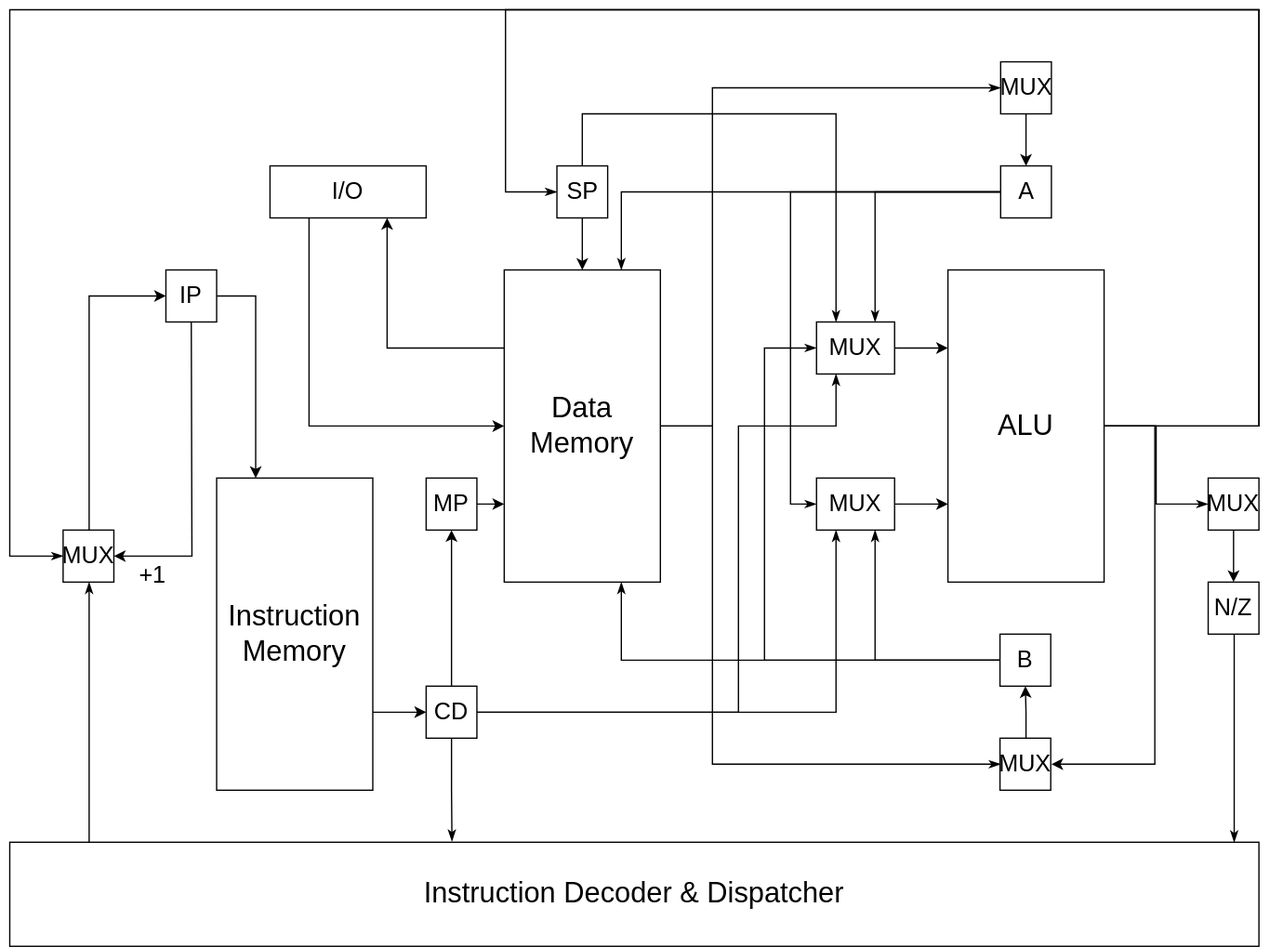
The draw.io diagram docs/processor-model.drawio.svg in niqzart/carp-lang, before a commit. Source tidied: cells renumbered, new cells last; positions are measured from the earlier drawing's top-left corner, leaving out a move shared by most shapes.
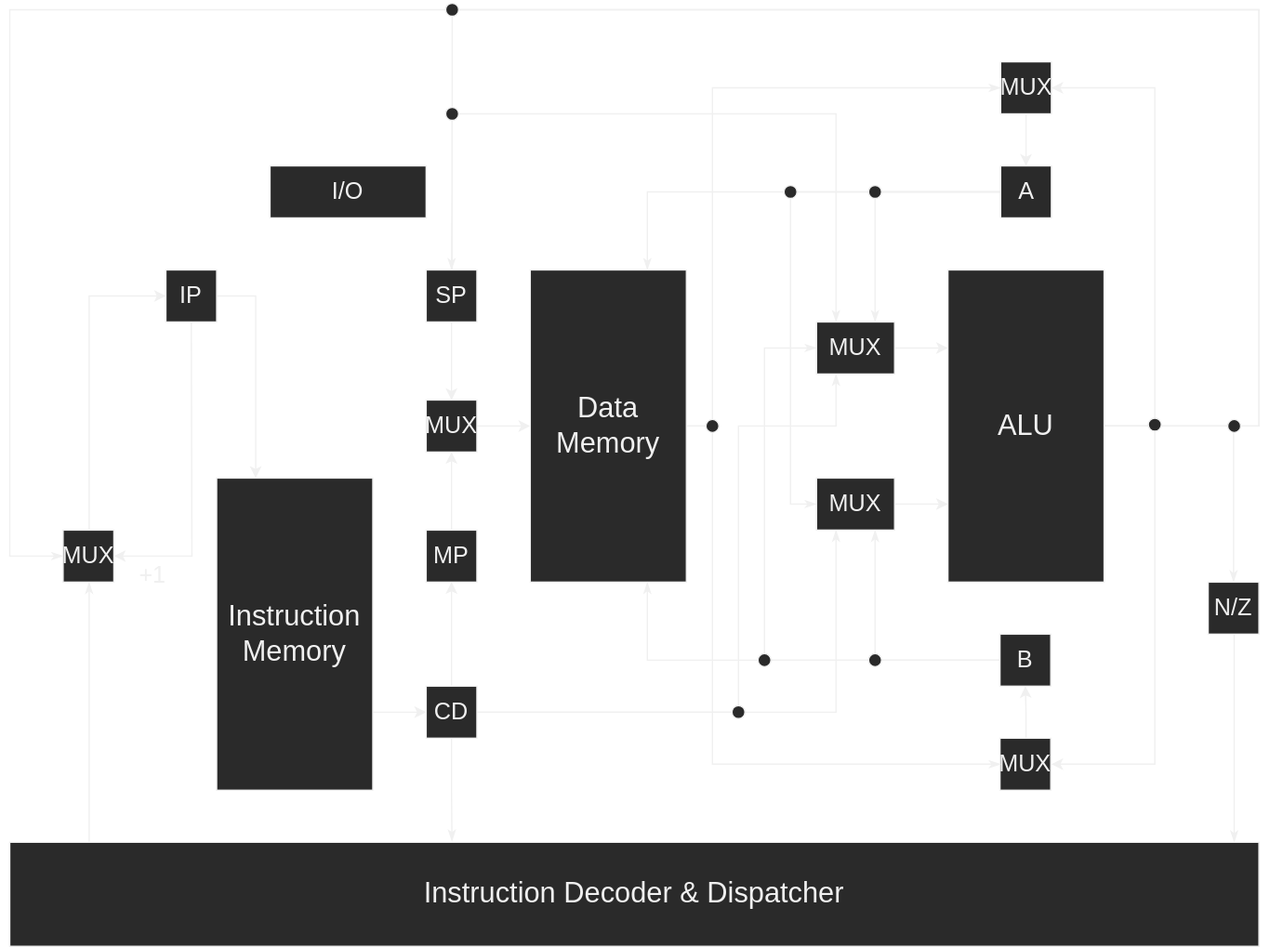
After the commit.

The edit, as a diff of the source:
```diff
@@ -2,16 +2,28 @@
   <root>
     <mxCell id="0" />
     <mxCell id="1" parent="0" />
+    <mxCell id="53" style="edgeStyle=elbowEdgeStyle;rounded=0;jettySize=auto;html=1;exitX=1;exitY=0.5;exitDx=0;exitDy=0;entryX=1;entryY=0.5;entryDx=0;entryDy=0;" parent="1" edge="1" source="5" target="16">
+      <mxGeometry relative="1" as="geometry">
+        <Array as="points">
+          <mxPoint x="880" y="190" />
+          <mxPoint x="891" y="450" />
+        </Array>
+      </mxGeometry>
+    </mxCell>
-    <mxCell id="2" style="edgeStyle=orthogonalEdgeStyle;rounded=0;jettySize=auto;html=1;entryX=0;entryY=0.5;entryDx=0;entryDy=0;startArrow=none;startFill=0;endArrow=classicThin;endFill=1;" parent="1" edge="1" source="5" target="52">
-      <mxGeometry relative="1" as="geometry" />
+    <mxCell id="2" style="edgeStyle=orthogonalEdgeStyle;rounded=0;jettySize=auto;html=1;entryX=0.5;entryY=0;entryDx=0;entryDy=0;startArrow=none;startFill=0;endArrow=classicThin;endFill=1;" parent="1" edge="1" source="5" target="49">
+      <mxGeometry relative="1" as="geometry">
+        <Array as="points">
+          <mxPoint x="941" y="320" />
+        </Array>
+      </mxGeometry>
     </mxCell>
-    <mxCell id="3" style="edgeStyle=orthogonalEdgeStyle;rounded=0;jettySize=auto;html=1;startArrow=none;startFill=0;endArrow=classicThin;endFill=1;exitX=1;exitY=0.5;exitDx=0;exitDy=0;entryX=0;entryY=0.5;entryDx=0;entryDy=0;" parent="1" edge="1" source="5" target="23">
+    <mxCell id="3" style="edgeStyle=orthogonalEdgeStyle;rounded=0;jettySize=auto;html=1;startArrow=none;startFill=0;endArrow=classicThin;endFill=1;exitX=1;exitY=0.5;exitDx=0;exitDy=0;entryX=0.5;entryY=0;entryDx=0;entryDy=0;" parent="1" edge="1" source="5" target="23">
       <mxGeometry relative="1" as="geometry">
         <Array as="points">
           <mxPoint x="960" y="320" />
           <mxPoint x="960" />
-          <mxPoint x="381" />
-          <mxPoint x="381" y="140" />
+          <mxPoint x="340" />
+          <mxPoint x="340" y="140" />
         </Array>
       </mxGeometry>
     </mxCell>
@@ -99,12 +111,13 @@
     <mxCell id="20" value="IP" style="rounded=0;whiteSpace=wrap;html=1;fontSize=18;" parent="1" vertex="1">
       <mxGeometry x="120" y="200" width="39" height="40" as="geometry" />
     </mxCell>
-    <mxCell id="21" style="edgeStyle=orthogonalEdgeStyle;rounded=0;jettySize=auto;html=1;entryX=0.5;entryY=0;entryDx=0;entryDy=0;" parent="1" edge="1" source="23" target="26">
+    <mxCell id="21" style="edgeStyle=orthogonalEdgeStyle;rounded=0;jettySize=auto;html=1;entryX=0.5;entryY=0;entryDx=0;entryDy=0;" parent="1" edge="1" source="23" target="52">
       <mxGeometry relative="1" as="geometry" />
     </mxCell>
     <mxCell id="22" style="edgeStyle=elbowEdgeStyle;rounded=0;jettySize=auto;html=1;startArrow=none;startFill=0;endArrow=classicThin;endFill=1;entryX=0.25;entryY=0;entryDx=0;entryDy=0;" parent="1" edge="1" source="23" target="35">
       <mxGeometry relative="1" as="geometry">
         <Array as="points">
+          <mxPoint x="340" y="80" />
           <mxPoint x="510" y="80" />
           <mxPoint x="540" y="100" />
           <mxPoint x="480" y="80" />
@@ -112,7 +125,7 @@
       </mxGeometry>
     </mxCell>
     <mxCell id="23" value="SP" style="rounded=0;whiteSpace=wrap;html=1;fontSize=18;" parent="1" vertex="1">
-      <mxGeometry x="420.5" y="120" width="39" height="40" as="geometry" />
+      <mxGeometry x="320" y="200" width="39" height="40" as="geometry" />
     </mxCell>
     <mxCell id="24" style="edgeStyle=elbowEdgeStyle;rounded=0;jettySize=auto;html=1;entryX=0;entryY=0.5;entryDx=0;entryDy=0;startArrow=none;startFill=0;endArrow=classicThin;endFill=1;" parent="1" edge="1" source="26" target="16">
       <mxGeometry relative="1" as="geometry">
@@ -136,13 +149,13 @@
       </mxGeometry>
     </mxCell>
     <mxCell id="26" value="Data Memory" style="rounded=0;whiteSpace=wrap;html=1;fontSize=22;" parent="1" vertex="1">
-      <mxGeometry x="380" y="200" width="120" height="240" as="geometry" />
+      <mxGeometry x="400" y="200" width="120" height="240" as="geometry" />
     </mxCell>
-    <mxCell id="27" style="edgeStyle=orthogonalEdgeStyle;rounded=0;jettySize=auto;html=1;entryX=0;entryY=0.75;entryDx=0;entryDy=0;" parent="1" edge="1" source="28" target="26">
+    <mxCell id="27" style="edgeStyle=orthogonalEdgeStyle;rounded=0;jettySize=auto;html=1;entryX=0.5;entryY=1;entryDx=0;entryDy=0;" parent="1" edge="1" source="28" target="52">
       <mxGeometry relative="1" as="geometry" />
     </mxCell>
     <mxCell id="28" value="MP" style="rounded=0;whiteSpace=wrap;html=1;fontSize=18;" parent="1" vertex="1">
-      <mxGeometry x="320" y="360" width="39" height="40" as="geometry" />
+      <mxGeometry x="320" y="400" width="39" height="40" as="geometry" />
     </mxCell>
     <mxCell id="29" style="edgeStyle=orthogonalEdgeStyle;rounded=0;jettySize=auto;html=1;entryX=0.5;entryY=1;entryDx=0;entryDy=0;" parent="1" edge="1" source="33" target="28">
       <mxGeometry relative="1" as="geometry" />
@@ -211,12 +224,6 @@
     <mxCell id="44" value="Instruction Decoder &amp;amp; Dispatcher" style="rounded=0;whiteSpace=wrap;html=1;fontSize=22;" parent="1" vertex="1">
       <mxGeometry y="640" width="960" height="80" as="geometry" />
     </mxCell>
-    <mxCell id="45" style="edgeStyle=orthogonalEdgeStyle;rounded=0;jettySize=auto;html=1;exitX=0.25;exitY=1;exitDx=0;exitDy=0;entryX=0;entryY=0.5;entryDx=0;entryDy=0;" parent="1" edge="1" source="47" target="26">
-      <mxGeometry relative="1" as="geometry" />
-    </mxCell>
-    <mxCell id="46" style="edgeStyle=orthogonalEdgeStyle;rounded=0;jettySize=auto;html=1;exitX=0.75;exitY=1;exitDx=0;exitDy=0;startArrow=classic;startFill=1;endArrow=none;endFill=0;entryX=0;entryY=0.25;entryDx=0;entryDy=0;" parent="1" edge="1" source="47" target="26">
-      <mxGeometry relative="1" as="geometry" />
-    </mxCell>
     <mxCell id="47" value="I/O" style="rounded=0;whiteSpace=wrap;html=1;fontSize=18;" parent="1" vertex="1">
       <mxGeometry x="200" y="120" width="120" height="40" as="geometry" />
     </mxCell>
@@ -229,11 +236,41 @@
     <mxCell id="50" style="edgeStyle=orthogonalEdgeStyle;rounded=0;jettySize=auto;html=1;entryX=0.75;entryY=1;entryDx=0;entryDy=0;startArrow=none;startFill=0;endArrow=classicThin;endFill=1;exitX=0;exitY=0.5;exitDx=0;exitDy=0;" parent="1" edge="1" source="12" target="26">
       <mxGeometry relative="1" as="geometry" />
     </mxCell>
-    <mxCell id="51" style="edgeStyle=orthogonalEdgeStyle;rounded=0;jettySize=auto;html=1;entryX=0.5;entryY=0;entryDx=0;entryDy=0;" parent="1" edge="1" source="52" target="49">
-      <mxGeometry relative="1" as="geometry" />
-    </mxCell>
+    <mxCell id="54" style="edgeStyle=orthogonalEdgeStyle;rounded=0;jettySize=auto;html=1;entryX=0;entryY=0.5;entryDx=0;entryDy=0;" parent="1" edge="1" source="52" target="26">
+      <mxGeometry relative="1" as="geometry" />
+    </mxCell>
     <mxCell id="52" value="MUX" style="rounded=0;whiteSpace=wrap;html=1;fontSize=18;" parent="1" vertex="1">
-      <mxGeometry x="921" y="360" width="39" height="40" as="geometry" />
+      <mxGeometry x="320" y="300" width="39" height="40" as="geometry" />
     </mxCell>
+    <mxCell id="55" style="ellipse;whiteSpace=wrap;html=1;" parent="1" vertex="1">
+      <mxGeometry x="555" y="535" width="10" height="10" as="geometry" />
+    </mxCell>
+    <mxCell id="56" style="ellipse;whiteSpace=wrap;html=1;" parent="1" vertex="1">
+      <mxGeometry x="575" y="495" width="10" height="10" as="geometry" />
+    </mxCell>
+    <mxCell id="57" style="ellipse;whiteSpace=wrap;html=1;" parent="1" vertex="1">
+      <mxGeometry x="660" y="495" width="10" height="10" as="geometry" />
+    </mxCell>
+    <mxCell id="58" style="ellipse;whiteSpace=wrap;html=1;" parent="1" vertex="1">
+      <mxGeometry x="936" y="315" width="10" height="10" as="geometry" />
+    </mxCell>
+    <mxCell id="59" style="ellipse;whiteSpace=wrap;html=1;" parent="1" vertex="1">
+      <mxGeometry x="875" y="314" width="10" height="10" as="geometry" />
+    </mxCell>
+    <mxCell id="60" style="ellipse;whiteSpace=wrap;html=1;" parent="1" vertex="1">
+      <mxGeometry x="335" y="-5" width="10" height="10" as="geometry" />
+    </mxCell>
+    <mxCell id="61" style="ellipse;whiteSpace=wrap;html=1;" parent="1" vertex="1">
+      <mxGeometry x="335" y="75" width="10" height="10" as="geometry" />
+    </mxCell>
+    <mxCell id="62" style="ellipse;whiteSpace=wrap;html=1;" parent="1" vertex="1">
+      <mxGeometry x="535" y="315" width="10" height="10" as="geometry" />
+    </mxCell>
+    <mxCell id="63" style="ellipse;whiteSpace=wrap;html=1;" parent="1" vertex="1">
+      <mxGeometry x="660" y="135" width="10" height="10" as="geometry" />
+    </mxCell>
+    <mxCell id="64" style="ellipse;whiteSpace=wrap;html=1;" parent="1" vertex="1">
+      <mxGeometry x="595" y="135" width="10" height="10" as="geometry" />
+    </mxCell>
   </root>
 </mxGraphModel>
```
